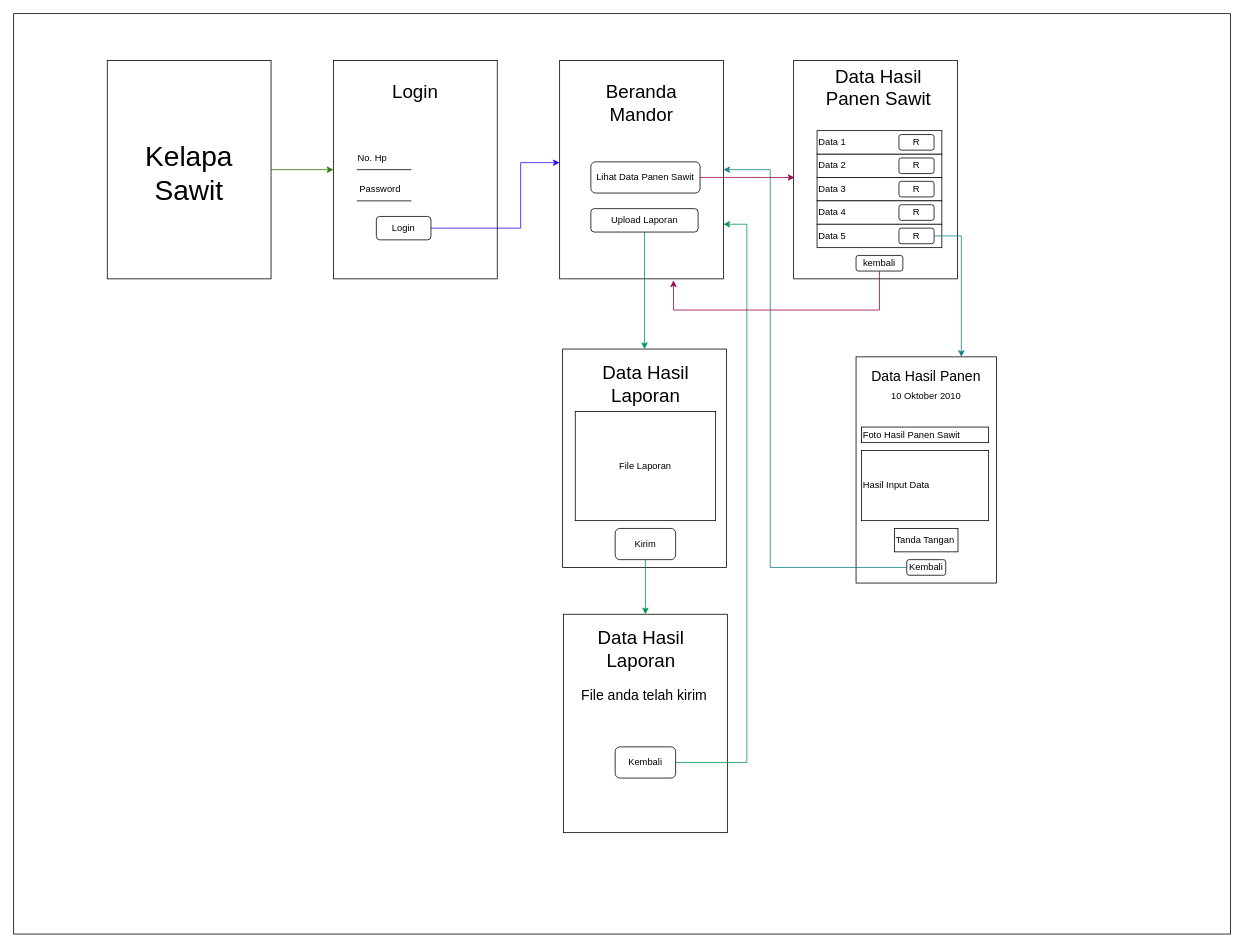
Before: page "Mandor" (2 of 2) of Demo-Sawit.drawio in ReyraGaming/Demo-Sawit, a draw.io diagram. Source tidied: cells renumbered, new cells numbered last; positions are measured from the earlier drawing's top-left corner, leaving out a move shared by most shapes. Both pictures are drawn from the tidied source at 78%, with x=0, y=0 at pixel (13, 13).
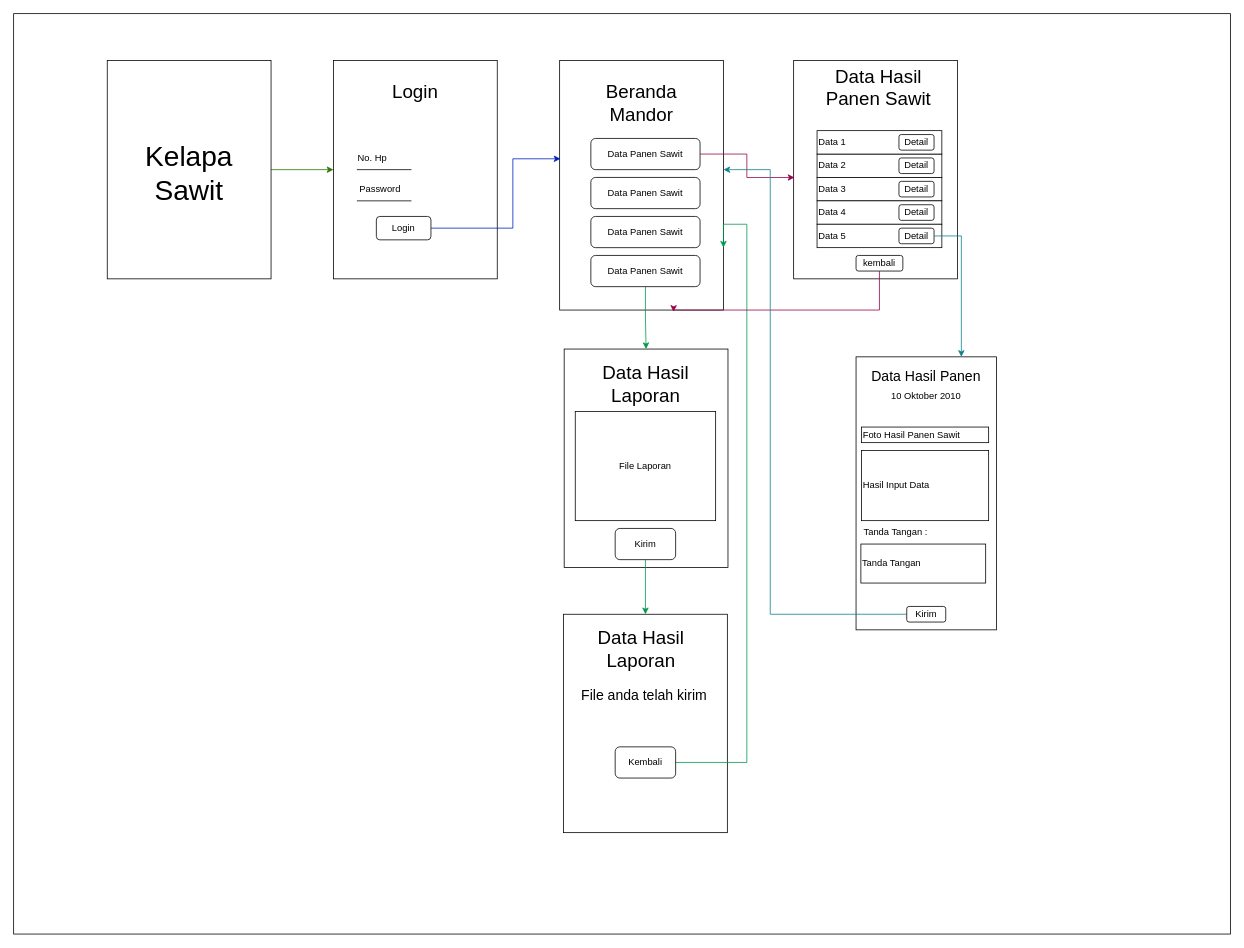
The same page after the edit.

The change refers to these unchanged cells:
```xml
<mxCell id="12" value="Login" style="rounded=1;whiteSpace=wrap;html=1;" parent="1" vertex="1">
  <mxGeometry x="465" y="260" width="70" height="30" as="geometry" />
</mxCell>
<mxCell id="32" style="group;" parent="1" vertex="1">
  <mxGeometry x="1030" y="180" width="160" height="30" as="geometry" />
</mxCell>
<mxCell id="35" style="group;" parent="1" vertex="1">
  <mxGeometry x="1030" y="210" width="160" height="30" as="geometry" />
</mxCell>
<mxCell id="38" style="group;" parent="1" vertex="1">
  <mxGeometry x="1030" y="240" width="160" height="30" as="geometry" />
</mxCell>
<mxCell id="41" style="group;" parent="1" vertex="1">
  <mxGeometry x="1030" y="270" width="160" height="30" as="geometry" />
</mxCell>
```

What changed in the source:
```diff
@@
     <mxCell id="13" style="rounded=0;whiteSpace=wrap;html=1;" parent="1" vertex="1">
-      <mxGeometry x="700" y="60" width="210" height="280" as="geometry" />
+      <mxGeometry x="700" y="60" width="210" height="320" as="geometry" />
     </mxCell>
-    <mxCell id="14" style="edgeStyle=orthogonalEdgeStyle;rounded=0;jettySize=auto;html=1;entryX=0;entryY=0.468;entryDx=0;entryDy=0;entryPerimeter=0;strokeColor=#250DFF;" parent="1" edge="1" source="12" target="13">
-      <mxGeometry relative="1" as="geometry">
-        <Array as="points">
-          <mxPoint x="650" y="275" />
-          <mxPoint x="650" y="191" />
-        </Array>
-      </mxGeometry>
-    </mxCell>
@@
-    <mxCell id="16" value="Lihat Data Panen Sawit" style="rounded=1;whiteSpace=wrap;html=1;" parent="1" vertex="1">
-      <mxGeometry x="740" y="190" width="140" height="40" as="geometry" />
+    <mxCell id="16" value="Data Panen Sawit" style="rounded=1;whiteSpace=wrap;html=1;" parent="1" vertex="1">
+      <mxGeometry x="740" y="160" width="140" height="40" as="geometry" />
     </mxCell>
-    <mxCell id="17" style="edgeStyle=orthogonalEdgeStyle;rounded=0;jettySize=auto;html=1;entryX=0.5;entryY=0;entryDx=0;entryDy=0;strokeColor=#00994D;" parent="1" edge="1" source="18" target="19">
+    <mxCell id="17" style="edgeStyle=orthogonalEdgeStyle;rounded=0;jettySize=auto;html=1;strokeColor=#00994D;exitX=0.5;exitY=1;exitDx=0;exitDy=0;entryX=0.5;entryY=0;entryDx=0;entryDy=0;" parent="1" edge="1" source="64" target="19">
       <mxGeometry relative="1" as="geometry" />
     </mxCell>
-    <mxCell id="18" value="Upload Laporan" style="rounded=1;whiteSpace=wrap;html=1;" parent="1" vertex="1">
-      <mxGeometry x="740" y="250" width="137.5" height="30" as="geometry" />
-    </mxCell>
     <mxCell id="19" style="rounded=0;whiteSpace=wrap;html=1;" parent="1" vertex="1">
-      <mxGeometry x="703.8" y="430" width="210" height="280" as="geometry" />
+      <mxGeometry x="705.8" y="430" width="210" height="280" as="geometry" />
     </mxCell>
@@
-    <mxCell id="34" value="R" style="rounded=1;whiteSpace=wrap;html=1;" parent="32" vertex="1">
-      <mxGeometry x="105" y="5" width="45" height="20" as="geometry" />
-    </mxCell>
+    <mxCell id="57" value="Detail" style="rounded=1;whiteSpace=wrap;html=1;" parent="32" vertex="1">
+      <mxGeometry x="105" y="5" width="45" height="20" as="geometry" />
+    </mxCell>
@@
-    <mxCell id="37" value="R" style="rounded=1;whiteSpace=wrap;html=1;" parent="35" vertex="1">
-      <mxGeometry x="105" y="5" width="45" height="20" as="geometry" />
-    </mxCell>
+    <mxCell id="58" value="Detail" style="rounded=1;whiteSpace=wrap;html=1;" parent="35" vertex="1">
+      <mxGeometry x="105" y="5" width="45" height="20" as="geometry" />
+    </mxCell>
@@
-    <mxCell id="40" value="R" style="rounded=1;whiteSpace=wrap;html=1;" parent="38" vertex="1">
-      <mxGeometry x="105" y="5" width="45" height="20" as="geometry" />
-    </mxCell>
+    <mxCell id="59" value="Detail" style="rounded=1;whiteSpace=wrap;html=1;" parent="38" vertex="1">
+      <mxGeometry x="105" y="5" width="45" height="20" as="geometry" />
+    </mxCell>
@@
-    <mxCell id="43" value="R" style="rounded=1;whiteSpace=wrap;html=1;" parent="41" vertex="1">
-      <mxGeometry x="105" y="5" width="45" height="20" as="geometry" />
-    </mxCell>
+    <mxCell id="60" value="Detail" style="rounded=1;whiteSpace=wrap;html=1;" parent="41" vertex="1">
+      <mxGeometry x="105" y="5" width="45" height="20" as="geometry" />
+    </mxCell>
@@
-    <mxCell id="45" style="edgeStyle=orthogonalEdgeStyle;rounded=0;jettySize=auto;html=1;strokeColor=#0e8088;entryX=0.75;entryY=0;entryDx=0;entryDy=0;exitX=1;exitY=0.5;exitDx=0;exitDy=0;fillColor=#b0e3e6;" parent="1" edge="1" source="43" target="49">
+    <mxCell id="45" style="edgeStyle=orthogonalEdgeStyle;rounded=0;jettySize=auto;html=1;strokeColor=#0e8088;entryX=0.75;entryY=0;entryDx=0;entryDy=0;exitX=1;exitY=0.5;exitDx=0;exitDy=0;fillColor=#b0e3e6;" parent="1" edge="1" target="49">
       <mxGeometry relative="1" as="geometry">
+        <mxPoint x="1180" y="285" as="sourcePoint" />
         <Array as="points">
           <mxPoint x="1215" y="285" />
         </Array>
       </mxGeometry>
     </mxCell>
-    <mxCell id="46" value="R" style="rounded=1;whiteSpace=wrap;html=1;" parent="1" vertex="1">
+    <mxCell id="46" value="Detail" style="rounded=1;whiteSpace=wrap;html=1;" parent="1" vertex="1">
       <mxGeometry x="1135" y="155" width="45" height="20" as="geometry" />
     </mxCell>
@@
     <mxCell id="49" style="rounded=0;whiteSpace=wrap;html=1;" parent="1" vertex="1">
-      <mxGeometry x="1080" y="440" width="180" height="290" as="geometry" />
+      <mxGeometry x="1080" y="440" width="180" height="350" as="geometry" />
     </mxCell>
@@
     <mxCell id="54" value="Tanda Tangan" style="rounded=0;whiteSpace=wrap;html=1;align=left;" parent="1" vertex="1">
-      <mxGeometry x="1129.2" y="660" width="81.5" height="30" as="geometry" />
+      <mxGeometry x="1086.2" y="680" width="160" height="50" as="geometry" />
     </mxCell>
     <mxCell id="55" style="edgeStyle=orthogonalEdgeStyle;rounded=0;jettySize=auto;html=1;strokeColor=#0e8088;exitX=0;exitY=0.5;exitDx=0;exitDy=0;fillColor=#b0e3e6;" parent="1" edge="1" source="56" target="13">
       <mxGeometry relative="1" as="geometry">
         <Array as="points">
-          <mxPoint x="970" y="710" />
+          <mxPoint x="970" y="770" />
           <mxPoint x="970" y="200" />
         </Array>
       </mxGeometry>
     </mxCell>
-    <mxCell id="56" value="Kembali" style="rounded=1;whiteSpace=wrap;html=1;" parent="1" vertex="1">
-      <mxGeometry x="1145" y="700" width="50" height="20" as="geometry" />
+    <mxCell id="56" value="Kirim" style="rounded=1;whiteSpace=wrap;html=1;" parent="1" vertex="1">
+      <mxGeometry x="1145" y="760" width="50" height="20" as="geometry" />
     </mxCell>
+    <mxCell id="61" value="Tanda Tangan :" style="text;html=1;strokeColor=none;fillColor=none;align=center;verticalAlign=middle;whiteSpace=wrap;rounded=0;" parent="1" vertex="1">
+      <mxGeometry x="1086.2" y="650" width="90" height="30" as="geometry" />
+    </mxCell>
+    <mxCell id="62" value="Data Panen Sawit" style="rounded=1;whiteSpace=wrap;html=1;" parent="1" vertex="1">
+      <mxGeometry x="740" y="210" width="140" height="40" as="geometry" />
+    </mxCell>
+    <mxCell id="63" value="Data Panen Sawit" style="rounded=1;whiteSpace=wrap;html=1;" parent="1" vertex="1">
+      <mxGeometry x="740" y="260" width="140" height="40" as="geometry" />
+    </mxCell>
+    <mxCell id="64" value="Data Panen Sawit" style="rounded=1;whiteSpace=wrap;html=1;" parent="1" vertex="1">
+      <mxGeometry x="740" y="310" width="140" height="40" as="geometry" />
+    </mxCell>
+    <mxCell id="14" style="edgeStyle=orthogonalEdgeStyle;rounded=0;jettySize=auto;html=1;entryX=0.005;entryY=0.394;entryDx=0;entryDy=0;entryPerimeter=0;fillColor=#0050ef;strokeColor=#001DBC;" parent="1" edge="1" source="12" target="13">
+      <mxGeometry relative="1" as="geometry">
+        <Array as="points">
+          <mxPoint x="640" y="275" />
+          <mxPoint x="640" y="186" />
+        </Array>
+      </mxGeometry>
+    </mxCell>
```
